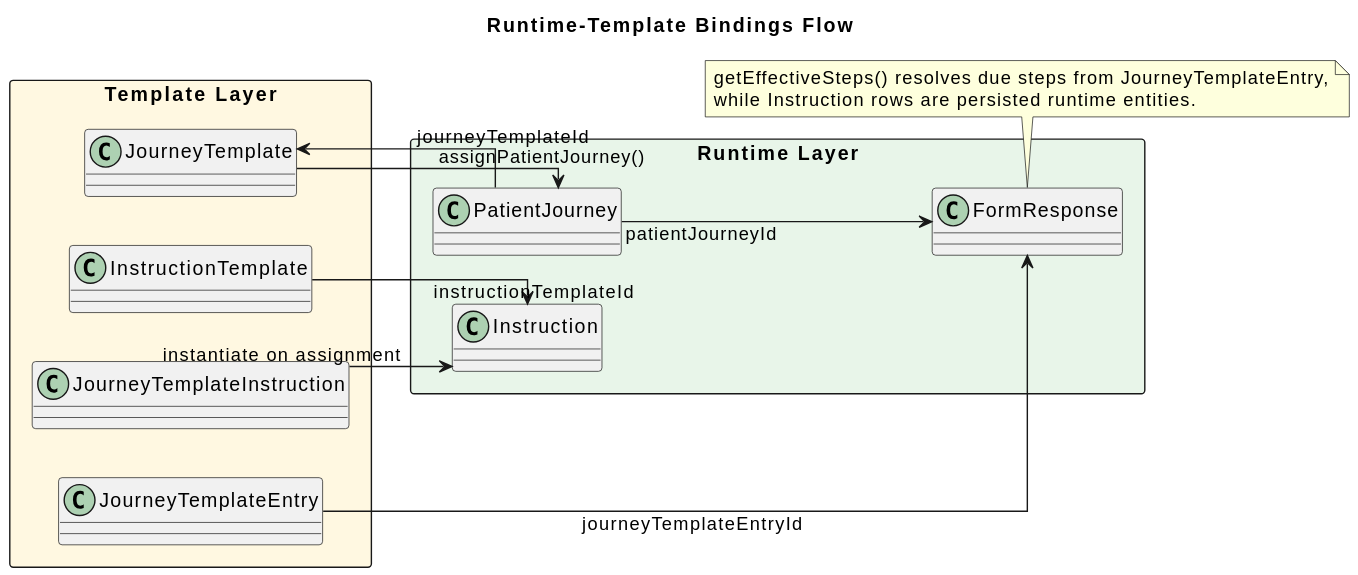
The PlantUML diagram docs/diagrams/runtime-template-bindings-flow.svg in gforge/DUK, before a commit.
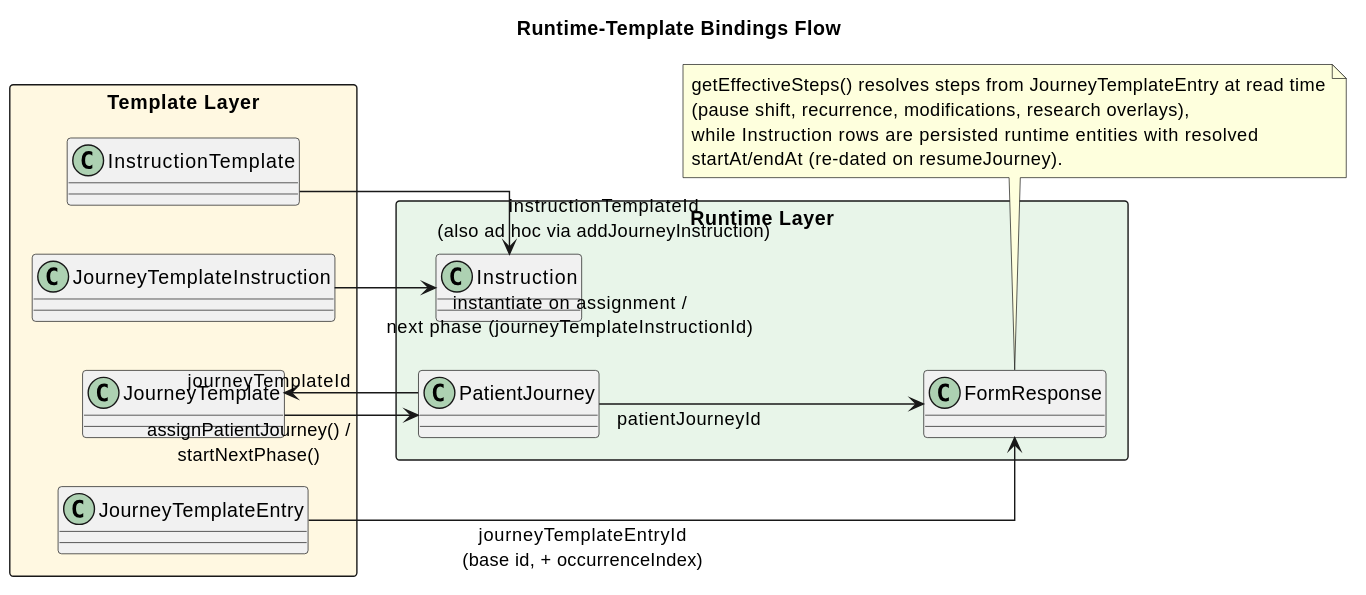
Above is the later version.

What changed in the source:
```diff
@@ -19,15 +19,17 @@
   class FormResponse
 }
 
-JourneyTemplate --> PatientJourney : assignPatientJourney()
-JourneyTemplateInstruction --> Instruction : instantiate on assignment
-InstructionTemplate --> Instruction : instructionTemplateId
-JourneyTemplateEntry --> FormResponse : journeyTemplateEntryId
+JourneyTemplate --> PatientJourney : assignPatientJourney() /\nstartNextPhase()
+JourneyTemplateInstruction --> Instruction : instantiate on assignment /\nnext phase (journeyTemplateInstructionId)
+InstructionTemplate --> Instruction : instructionTemplateId\n(also ad hoc via addJourneyInstruction)
+JourneyTemplateEntry --> FormResponse : journeyTemplateEntryId\n(base id, + occurrenceIndex)
 PatientJourney --> FormResponse : patientJourneyId
 PatientJourney --> JourneyTemplate : journeyTemplateId
 
 note bottom
-  getEffectiveSteps() resolves due steps from JourneyTemplateEntry,
-  while Instruction rows are persisted runtime entities.
+  getEffectiveSteps() resolves steps from JourneyTemplateEntry at read time
+  (pause shift, recurrence, modifications, research overlays),
+  while Instruction rows are persisted runtime entities with resolved
+  startAt/endAt (re-dated on resumeJourney).
 end note
 @enduml
```
